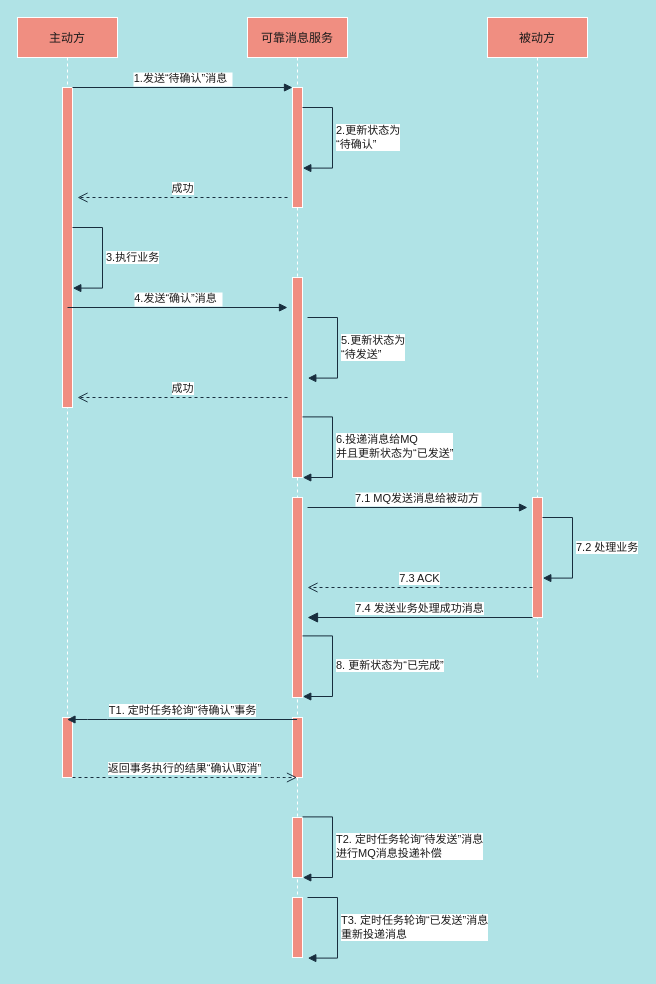
Before: charts/Untitled Diagram.drawio in kklldog/diagrams_charts, a draw.io diagram. Source tidied: cells renumbered, new cells numbered last; positions are measured from the earlier drawing's top-left corner, leaving out a move shared by most shapes. Both pictures are drawn from the tidied source at 100%, with x=0, y=0 at pixel (17, 17).
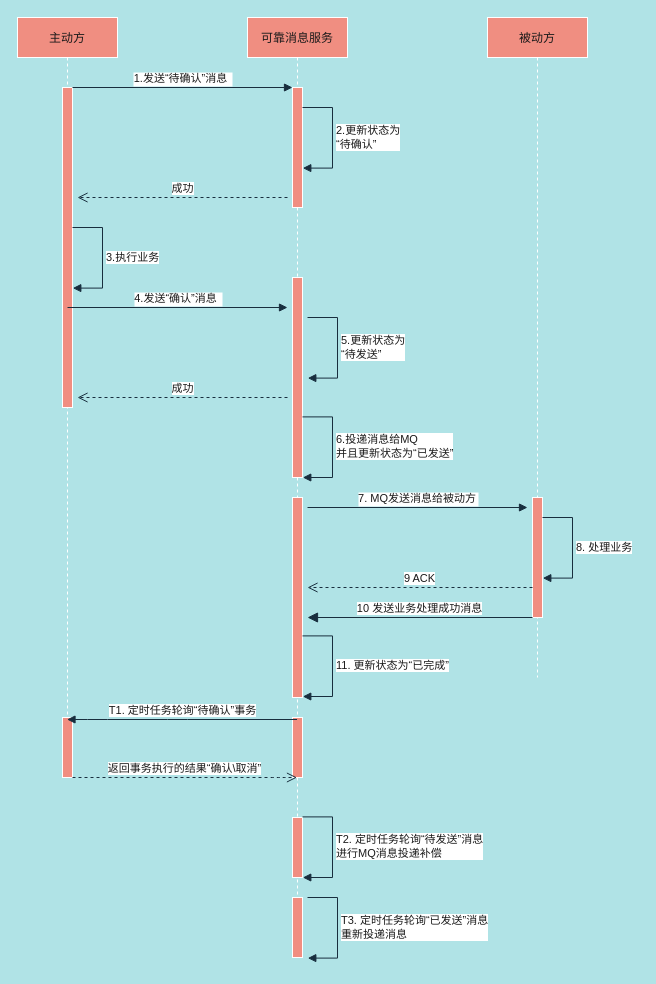
Above is the later version.

Unchanged cells that the change refers to:
```xml
<mxCell id="6" value="可靠消息服务" style="shape=umlLifeline;perimeter=lifelinePerimeter;rounded=0;shadow=0;strokeWidth=1;fillColor=#F08E81;strokeColor=#FFFFFF;fontColor=#1A1A1A;" parent="1" vertex="1">
  <mxGeometry x="230" width="100" height="880" as="geometry" />
</mxCell>
<mxCell id="20" value="被动方" style="shape=umlLifeline;perimeter=lifelinePerimeter;rounded=0;shadow=0;strokeWidth=1;fillColor=#F08E81;strokeColor=#FFFFFF;fontColor=#1A1A1A;" parent="1" vertex="1">
  <mxGeometry x="470" width="100" height="660" as="geometry" />
</mxCell>
```

Diff of the diagram source:
```diff
@@
-    <mxCell id="10" value="7.1 MQ发送消息给被动方" style="verticalAlign=bottom;endArrow=block;entryX=0;entryY=0;shadow=0;strokeWidth=1;labelBackgroundColor=#FFFFFF;strokeColor=#182E3E;fontColor=#1A1A1A;" parent="6" edge="1">
+    <mxCell id="10" value="7. MQ发送消息给被动方" style="verticalAlign=bottom;endArrow=block;entryX=0;entryY=0;shadow=0;strokeWidth=1;labelBackgroundColor=#FFFFFF;strokeColor=#182E3E;fontColor=#1A1A1A;" parent="6" edge="1">
       <mxGeometry relative="1" as="geometry">
         <mxPoint x="60" y="490" as="sourcePoint" />
         <mxPoint x="280" y="490" as="targetPoint" />
       </mxGeometry>
     </mxCell>
@@
-    <mxCell id="18" value="8. 更新状态为“已完成”" style="edgeStyle=orthogonalEdgeStyle;html=1;align=left;spacingLeft=2;endArrow=block;rounded=0;entryX=1;entryY=0;fontColor=#1A1A1A;strokeColor=#182E3E;" parent="6" edge="1">
+    <mxCell id="18" value="11. 更新状态为“已完成”" style="edgeStyle=orthogonalEdgeStyle;html=1;align=left;spacingLeft=2;endArrow=block;rounded=0;entryX=1;entryY=0;fontColor=#1A1A1A;strokeColor=#182E3E;" parent="6" edge="1">
       <mxGeometry relative="1" as="geometry">
         <mxPoint x="55" y="618.4" as="sourcePoint" />
         <mxPoint x="55.3" y="679" as="targetPoint" />
         <Array as="points">
           <mxPoint x="85" y="618.4" />
         </Array>
       </mxGeometry>
     </mxCell>
@@
-    <mxCell id="22" value="7.2 处理业务" style="edgeStyle=orthogonalEdgeStyle;html=1;align=left;spacingLeft=2;endArrow=block;rounded=0;entryX=1;entryY=0;fontColor=#1A1A1A;strokeColor=#182E3E;" parent="20" edge="1">
+    <mxCell id="22" value="8. 处理业务" style="edgeStyle=orthogonalEdgeStyle;html=1;align=left;spacingLeft=2;endArrow=block;rounded=0;entryX=1;entryY=0;fontColor=#1A1A1A;strokeColor=#182E3E;" parent="20" edge="1">
       <mxGeometry relative="1" as="geometry">
         <mxPoint x="55" y="500" as="sourcePoint" />
         <mxPoint x="55.3" y="560.6" as="targetPoint" />
         <Array as="points">
           <mxPoint x="85" y="500" />
         </Array>
       </mxGeometry>
     </mxCell>
@@
-    <mxCell id="27" value="7.3 ACK" style="html=1;verticalAlign=bottom;endArrow=open;dashed=1;endSize=8;labelBackgroundColor=#FFFFFF;fontColor=#1A1A1A;strokeColor=#182E3E;" parent="1" edge="1">
+    <mxCell id="27" value="9 ACK" style="html=1;verticalAlign=bottom;endArrow=open;dashed=1;endSize=8;labelBackgroundColor=#FFFFFF;fontColor=#1A1A1A;strokeColor=#182E3E;" parent="1" edge="1">
       <mxGeometry relative="1" as="geometry">
         <mxPoint x="515" y="570" as="sourcePoint" />
         <mxPoint x="290" y="570" as="targetPoint" />
       </mxGeometry>
     </mxCell>
@@
-    <mxCell id="30" value="7.4 发送业务处理成功消息" style="html=1;verticalAlign=bottom;endArrow=block;endSize=8;labelBackgroundColor=#FFFFFF;fontColor=#1A1A1A;strokeColor=#182E3E;endFill=1;" parent="1" edge="1">
+    <mxCell id="30" value="10 发送业务处理成功消息" style="html=1;verticalAlign=bottom;endArrow=block;endSize=8;labelBackgroundColor=#FFFFFF;fontColor=#1A1A1A;strokeColor=#182E3E;endFill=1;" parent="1" edge="1">
       <mxGeometry relative="1" as="geometry">
         <mxPoint x="515" y="600" as="sourcePoint" />
         <mxPoint x="290" y="600" as="targetPoint" />
       </mxGeometry>
     </mxCell>
```
